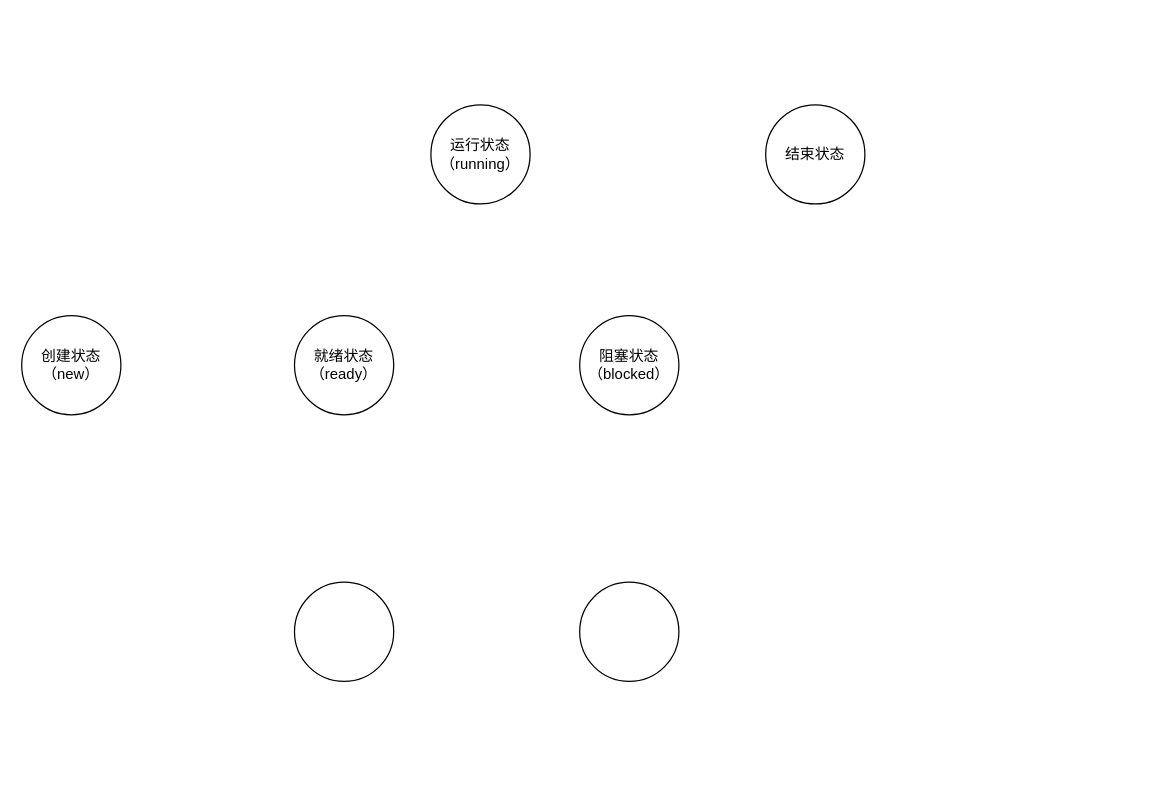
Earlier version of the draw.io diagram 图解/进程与线程/Untitled Diagram.drawio (Lucas2525117/Personal-illustration). Source tidied: cells renumbered, new cells numbered last; positions are measured from the earlier drawing's top-left corner, leaving out a move shared by most shapes. Both pictures are drawn from the tidied source at 124%, with x=0, y=0 at pixel (21, 104).
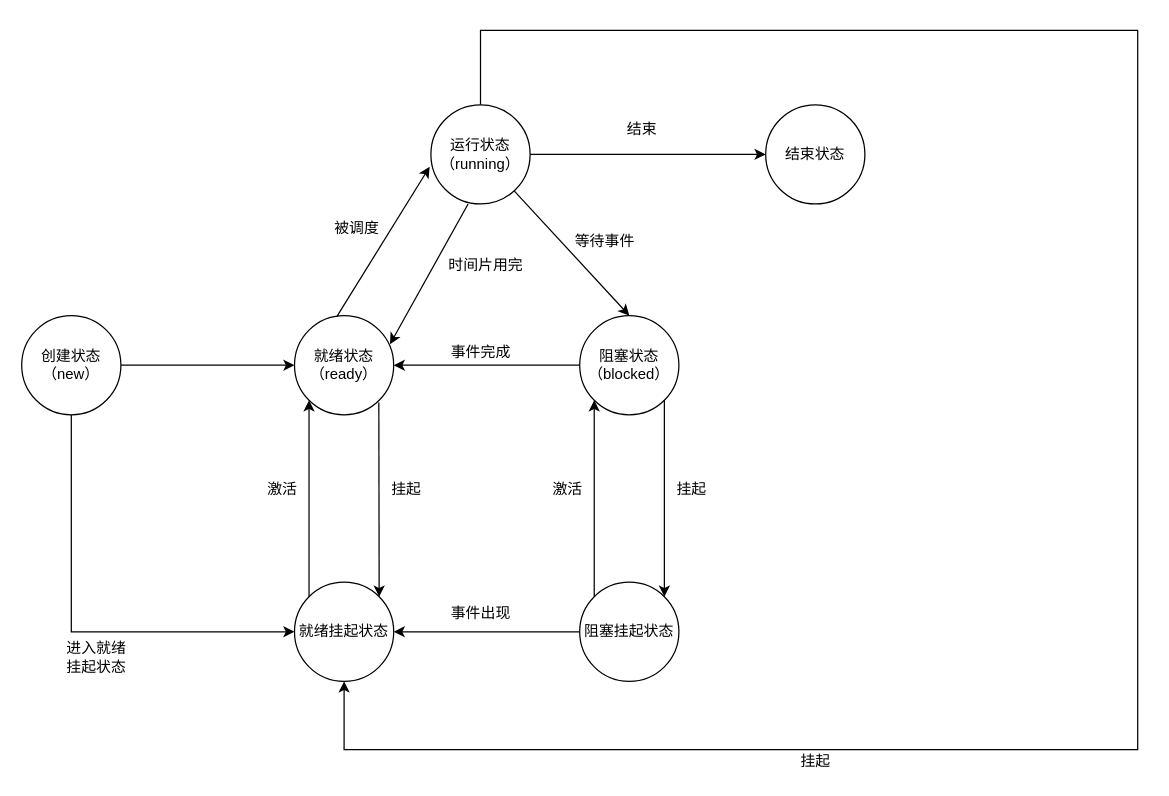
The same page after the edit.

Commit message (it also covers changes not shown here):
进程与线程.drawio

The change refers to these unchanged cells:
```xml
<mxCell id="2" value="创建状态&lt;br&gt;（new）" style="ellipse;whiteSpace=wrap;html=1;" parent="1" vertex="1">
  <mxGeometry y="170" width="80" height="80" as="geometry" />
</mxCell>
<mxCell id="3" value="就绪状态&lt;br&gt;（ready）" style="ellipse;whiteSpace=wrap;html=1;" parent="1" vertex="1">
  <mxGeometry x="220" y="170" width="80" height="80" as="geometry" />
</mxCell>
<mxCell id="4" value="阻塞状态&lt;br&gt;（blocked）" style="ellipse;whiteSpace=wrap;html=1;" parent="1" vertex="1">
  <mxGeometry x="450" y="170" width="80" height="80" as="geometry" />
</mxCell>
<mxCell id="5" value="运行状态&lt;br&gt;（running）" style="ellipse;whiteSpace=wrap;html=1;" parent="1" vertex="1">
  <mxGeometry x="330" width="80" height="80" as="geometry" />
</mxCell>
<mxCell id="6" value="结束状态" style="ellipse;whiteSpace=wrap;html=1;" parent="1" vertex="1">
  <mxGeometry x="600" width="80" height="80" as="geometry" />
</mxCell>
```

Diff of the diagram source:
```diff
@@
+    <mxCell id="9" style="edgeStyle=orthogonalEdgeStyle;rounded=0;jettySize=auto;html=1;" parent="1" edge="1" source="2" target="3">
+      <mxGeometry relative="1" as="geometry" />
+    </mxCell>
+    <mxCell id="10" style="edgeStyle=orthogonalEdgeStyle;rounded=0;jettySize=auto;html=1;entryX=0;entryY=0.5;entryDx=0;entryDy=0;" parent="1" edge="1" source="2" target="7">
+      <mxGeometry relative="1" as="geometry">
+        <Array as="points">
+          <mxPoint x="40" y="425" />
+        </Array>
+      </mxGeometry>
+    </mxCell>
@@
+    <mxCell id="11" style="edgeStyle=orthogonalEdgeStyle;rounded=0;jettySize=auto;html=1;entryX=1;entryY=0.5;entryDx=0;entryDy=0;" parent="1" edge="1" source="4" target="3">
+      <mxGeometry relative="1" as="geometry" />
+    </mxCell>
@@
+    <mxCell id="12" style="edgeStyle=orthogonalEdgeStyle;rounded=0;jettySize=auto;html=1;" parent="1" edge="1" source="5" target="6">
+      <mxGeometry relative="1" as="geometry" />
+    </mxCell>
+    <mxCell id="13" style="edgeStyle=orthogonalEdgeStyle;rounded=0;jettySize=auto;html=1;entryX=0.5;entryY=1;entryDx=0;entryDy=0;" parent="1" edge="1" source="5" target="7">
+      <mxGeometry relative="1" as="geometry">
+        <Array as="points">
+          <mxPoint x="370" y="-60" />
+          <mxPoint x="900" y="-60" />
+          <mxPoint x="900" y="520" />
+          <mxPoint x="260" y="520" />
+        </Array>
+      </mxGeometry>
+    </mxCell>
@@
-    <mxCell id="7" style="ellipse;whiteSpace=wrap;html=1;" parent="1" vertex="1">
+    <mxCell id="7" value="就绪挂起状态" style="ellipse;whiteSpace=wrap;html=1;" parent="1" vertex="1">
       <mxGeometry x="220" y="385" width="80" height="80" as="geometry" />
     </mxCell>
+    <mxCell id="14" style="edgeStyle=orthogonalEdgeStyle;rounded=0;jettySize=auto;html=1;entryX=1;entryY=0.5;entryDx=0;entryDy=0;" parent="1" edge="1" source="8" target="7">
+      <mxGeometry relative="1" as="geometry" />
+    </mxCell>
-    <mxCell id="8" style="ellipse;whiteSpace=wrap;html=1;" parent="1" vertex="1">
+    <mxCell id="8" value="阻塞挂起状态" style="ellipse;whiteSpace=wrap;html=1;" parent="1" vertex="1">
       <mxGeometry x="450" y="385" width="80" height="80" as="geometry" />
     </mxCell>
+    <mxCell id="15" style="endArrow=classic;html=1;exitX=0.425;exitY=0.013;exitDx=0;exitDy=0;exitPerimeter=0;" parent="1" edge="1" source="3">
+      <mxGeometry relative="1" as="geometry">
+        <mxPoint x="329" y="50" as="targetPoint" />
+      </mxGeometry>
+    </mxCell>
+    <mxCell id="16" style="endArrow=classic;html=1;exitX=0.375;exitY=1;exitDx=0;exitDy=0;exitPerimeter=0;entryX=0.963;entryY=0.288;entryDx=0;entryDy=0;entryPerimeter=0;" parent="1" edge="1" source="5" target="3">
+      <mxGeometry relative="1" as="geometry" />
+    </mxCell>
+    <mxCell id="17" value="被调度" style="text;html=1;align=center;verticalAlign=middle;" parent="1" vertex="1">
+      <mxGeometry x="245" y="90" width="50" height="20" as="geometry" />
+    </mxCell>
+    <mxCell id="18" value="时间片用完" style="text;html=1;align=center;verticalAlign=middle;" parent="1" vertex="1">
+      <mxGeometry x="334" y="120" width="80" height="20" as="geometry" />
+    </mxCell>
+    <mxCell id="19" value="结束" style="text;html=1;align=center;verticalAlign=middle;" parent="1" vertex="1">
+      <mxGeometry x="480" y="10" width="40" height="20" as="geometry" />
+    </mxCell>
+    <mxCell id="20" style="endArrow=classic;html=1;" parent="1" edge="1" source="5">
+      <mxGeometry relative="1" as="geometry">
+        <mxPoint x="490" y="170" as="targetPoint" />
+      </mxGeometry>
+    </mxCell>
+    <mxCell id="21" value="等待事件" style="text;html=1;align=center;verticalAlign=middle;" parent="1" vertex="1">
+      <mxGeometry x="440" y="100" width="60" height="20" as="geometry" />
+    </mxCell>
+    <mxCell id="22" value="事件完成" style="text;html=1;align=center;verticalAlign=middle;" parent="1" vertex="1">
+      <mxGeometry x="340" y="190" width="60" height="20" as="geometry" />
+    </mxCell>
+    <mxCell id="23" value="进入就绪&lt;br&gt;挂起状态" style="text;html=1;align=center;verticalAlign=middle;" parent="1" vertex="1">
+      <mxGeometry x="30" y="431" width="60" height="30" as="geometry" />
+    </mxCell>
+    <mxCell id="24" value="事件出现" style="text;html=1;align=center;verticalAlign=middle;" parent="1" vertex="1">
+      <mxGeometry x="340" y="400" width="60" height="20" as="geometry" />
+    </mxCell>
+    <mxCell id="25" style="endArrow=classic;html=1;entryX=0;entryY=1;entryDx=0;entryDy=0;exitX=0;exitY=0;exitDx=0;exitDy=0;" parent="1" edge="1" source="7" target="3">
+      <mxGeometry relative="1" as="geometry" />
+    </mxCell>
+    <mxCell id="26" style="endArrow=classic;html=1;entryX=1;entryY=0;entryDx=0;entryDy=0;" parent="1" edge="1" target="7">
+      <mxGeometry relative="1" as="geometry">
+        <mxPoint x="288" y="240" as="sourcePoint" />
+      </mxGeometry>
+    </mxCell>
+    <mxCell id="27" value="激活" style="text;html=1;align=center;verticalAlign=middle;" parent="1" vertex="1">
+      <mxGeometry x="190" y="300" width="40" height="20" as="geometry" />
+    </mxCell>
+    <mxCell id="28" value="挂起" style="text;html=1;align=center;verticalAlign=middle;" parent="1" vertex="1">
+      <mxGeometry x="290" y="300" width="40" height="20" as="geometry" />
+    </mxCell>
+    <mxCell id="29" style="endArrow=classic;html=1;entryX=0;entryY=1;entryDx=0;entryDy=0;exitX=0;exitY=0;exitDx=0;exitDy=0;" parent="1" edge="1" source="8" target="4">
+      <mxGeometry relative="1" as="geometry" />
+    </mxCell>
+    <mxCell id="30" style="endArrow=classic;html=1;exitX=1;exitY=1;exitDx=0;exitDy=0;entryX=1;entryY=0;entryDx=0;entryDy=0;" parent="1" edge="1" source="4" target="8">
+      <mxGeometry relative="1" as="geometry" />
+    </mxCell>
+    <mxCell id="31" value="激活" style="text;html=1;align=center;verticalAlign=middle;" parent="1" vertex="1">
+      <mxGeometry x="420" y="300" width="40" height="20" as="geometry" />
+    </mxCell>
+    <mxCell id="32" value="挂起" style="text;html=1;align=center;verticalAlign=middle;" parent="1" vertex="1">
+      <mxGeometry x="520" y="300" width="40" height="20" as="geometry" />
+    </mxCell>
+    <mxCell id="33" value="挂起" style="text;html=1;align=center;verticalAlign=middle;" parent="1" vertex="1">
+      <mxGeometry x="620" y="520" width="40" height="20" as="geometry" />
+    </mxCell>
```
